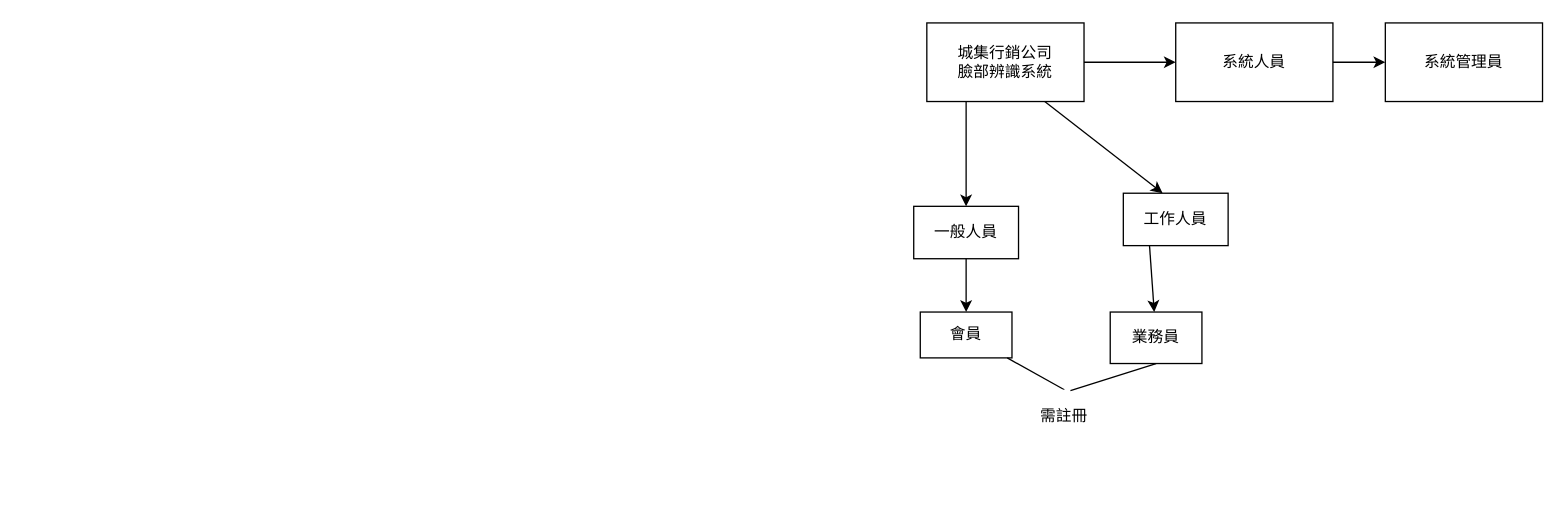
This is page "(b) 小題" (1 of 2) of sample2.drawio from peterdog123/110-2Mid, a draw.io file, before an edit. Source tidied: cells renumbered, new cells numbered last; positions are measured from the earlier drawing's top-left corner, leaving out a move shared by most shapes. Both pictures are drawn from the tidied source at 131%, with x=0, y=0 at pixel (913, 22).
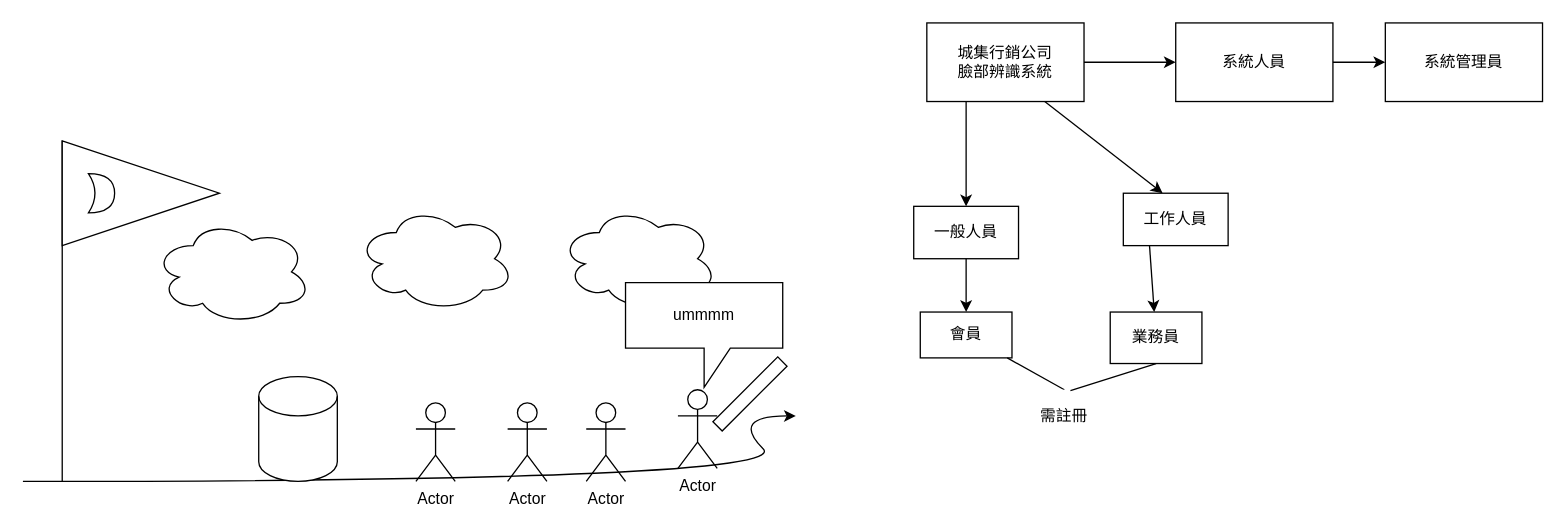
The same diagram, later.

Diff of the diagram source:
```diff
@@
+    <mxCell id="18" style="curved=1;endArrow=classic;html=1;rounded=0;" parent="1" edge="1">
+      <mxGeometry relative="1" as="geometry">
+        <mxPoint x="-680" y="350" as="sourcePoint" />
+        <mxPoint x="-90" y="300" as="targetPoint" />
+        <Array as="points">
+          <mxPoint x="-90" y="350" />
+          <mxPoint x="-140" y="300" />
+        </Array>
+      </mxGeometry>
+    </mxCell>
+    <mxCell id="19" value="Actor" style="shape=umlActor;verticalLabelPosition=bottom;verticalAlign=top;html=1;" parent="1" vertex="1">
+      <mxGeometry x="-180" y="280" width="30" height="60" as="geometry" />
+    </mxCell>
+    <mxCell id="20" value="Actor" style="shape=umlActor;verticalLabelPosition=bottom;verticalAlign=top;html=1;" parent="1" vertex="1">
+      <mxGeometry x="-250" y="290" width="30" height="60" as="geometry" />
+    </mxCell>
+    <mxCell id="21" value="Actor" style="shape=umlActor;verticalLabelPosition=bottom;verticalAlign=top;html=1;" parent="1" vertex="1">
+      <mxGeometry x="-310" y="290" width="30" height="60" as="geometry" />
+    </mxCell>
+    <mxCell id="22" value="Actor" style="shape=umlActor;verticalLabelPosition=bottom;verticalAlign=top;html=1;" parent="1" vertex="1">
+      <mxGeometry x="-380" y="290" width="30" height="60" as="geometry" />
+    </mxCell>
+    <mxCell id="23" style="ellipse;shape=cloud;whiteSpace=wrap;html=1;" parent="1" vertex="1">
+      <mxGeometry x="-270" y="140" width="120" height="80" as="geometry" />
+    </mxCell>
+    <mxCell id="24" style="ellipse;shape=cloud;whiteSpace=wrap;html=1;" parent="1" vertex="1">
+      <mxGeometry x="-425" y="140" width="120" height="80" as="geometry" />
+    </mxCell>
+    <mxCell id="25" style="ellipse;shape=cloud;whiteSpace=wrap;html=1;" parent="1" vertex="1">
+      <mxGeometry x="-580" y="150" width="120" height="80" as="geometry" />
+    </mxCell>
+    <mxCell id="26" value="ummmm" style="shape=callout;whiteSpace=wrap;html=1;perimeter=calloutPerimeter;" parent="1" vertex="1">
+      <mxGeometry x="-220" y="198.2" width="120" height="80" as="geometry" />
+    </mxCell>
+    <mxCell id="27" style="shape=cylinder3;whiteSpace=wrap;html=1;boundedLbl=1;backgroundOutline=1;size=15;" parent="1" vertex="1">
+      <mxGeometry x="-500" y="270" width="60" height="80" as="geometry" />
+    </mxCell>
+    <mxCell id="28" style="endArrow=none;html=1;rounded=0;" parent="1" edge="1">
+      <mxGeometry relative="1" as="geometry">
+        <mxPoint x="-650" y="350" as="sourcePoint" />
+        <mxPoint x="-650" y="90" as="targetPoint" />
+      </mxGeometry>
+    </mxCell>
+    <mxCell id="29" style="triangle;whiteSpace=wrap;html=1;direction=east;" parent="1" vertex="1">
+      <mxGeometry x="-650" y="90" width="120" height="80" as="geometry" />
+    </mxCell>
+    <mxCell id="30" style="rounded=0;whiteSpace=wrap;html=1;rotation=-45;" parent="1" vertex="1">
+      <mxGeometry x="-160" y="278.2" width="70" height="10" as="geometry" />
+    </mxCell>
+    <mxCell id="31" style="shape=xor;whiteSpace=wrap;html=1;" parent="1" vertex="1">
+      <mxGeometry x="-630" y="115" width="20" height="30" as="geometry" />
+    </mxCell>
```
